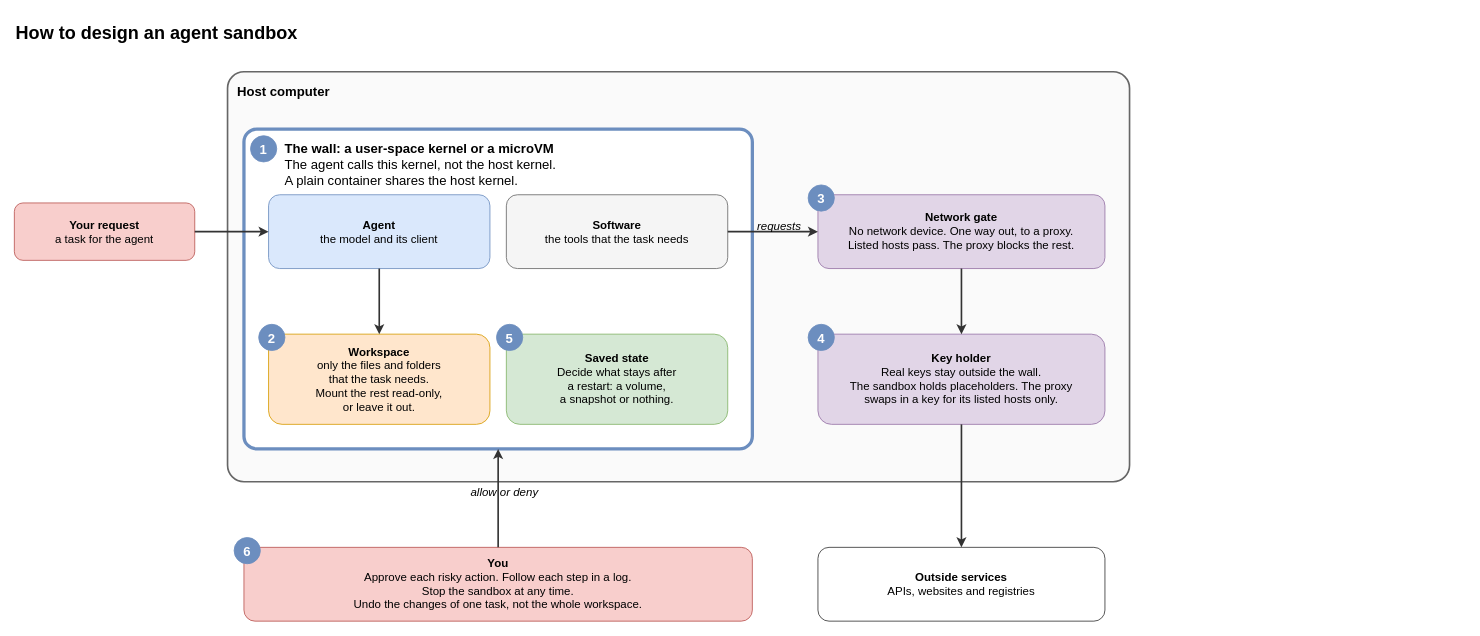
The draw.io diagram .devcontainer/docs/diagrams/concepts.drawio in raghav19/engineersdaybook, before the edit. Source tidied: cells renumbered, new cells numbered last; positions are measured from the earlier drawing's top-left corner, leaving out a move shared by most shapes. Both pictures are drawn from the tidied source at 82%, with x=0, y=0 at pixel (14, 14).
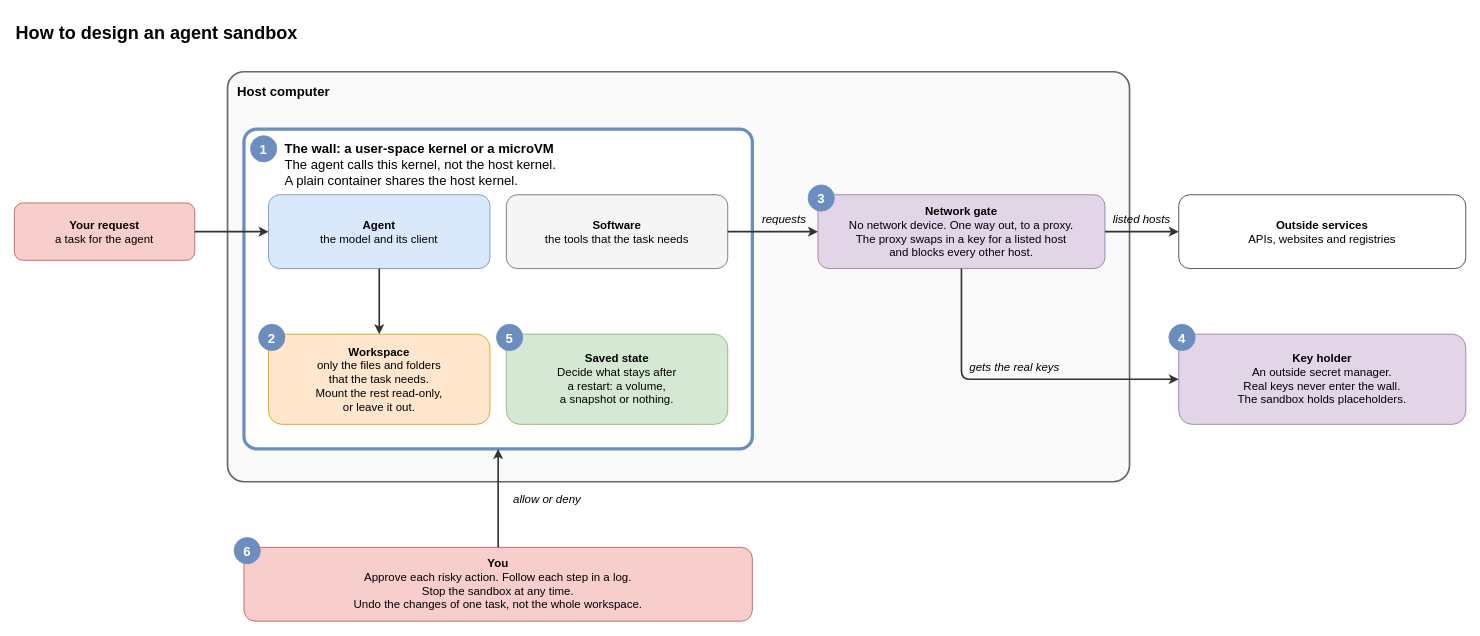
After the change.

Unchanged cells that the change refers to:
```xml
<mxCell id="4" value="&lt;b&gt;The wall: a user-space kernel or a microVM&lt;/b&gt;&lt;br&gt;The agent calls this kernel, not the host kernel.&lt;br&gt;A plain container shares the host kernel." style="rounded=1;arcSize=4;whiteSpace=wrap;html=1;fontSize=16;fillColor=#ffffff;strokeColor=#6c8ebf;strokeWidth=4;align=left;spacingLeft=48;verticalAlign=top;spacingTop=8;" parent="1" vertex="1">
  <mxGeometry x="280" y="140" width="620" height="390" as="geometry" />
</mxCell>
<mxCell id="5" value="&lt;b&gt;Your request&lt;/b&gt;&lt;br&gt;a task for the agent" style="rounded=1;whiteSpace=wrap;html=1;fontSize=14;fillColor=#f8cecc;strokeColor=#b85450;align=center;verticalAlign=middle;" parent="1" vertex="1">
  <mxGeometry y="230" width="220" height="70" as="geometry" />
</mxCell>
<mxCell id="6" value="&lt;b&gt;Agent&lt;/b&gt;&lt;br&gt;the model and its client" style="rounded=1;whiteSpace=wrap;html=1;fontSize=14;fillColor=#dae8fc;strokeColor=#6c8ebf;align=center;verticalAlign=middle;" parent="1" vertex="1">
  <mxGeometry x="310" y="220" width="270" height="90" as="geometry" />
</mxCell>
<mxCell id="7" value="&lt;b&gt;Software&lt;/b&gt;&lt;br&gt;the tools that the task needs" style="rounded=1;whiteSpace=wrap;html=1;fontSize=14;fillColor=#f5f5f5;strokeColor=#666666;align=center;verticalAlign=middle;" parent="1" vertex="1">
  <mxGeometry x="600" y="220" width="270" height="90" as="geometry" />
</mxCell>
<mxCell id="8" value="&lt;b&gt;Workspace&lt;/b&gt;&lt;br&gt;only the files and folders&lt;br&gt;that the task needs.&lt;br&gt;Mount the rest read-only,&lt;br&gt;or leave it out." style="rounded=1;whiteSpace=wrap;html=1;fontSize=14;fillColor=#ffe6cc;strokeColor=#d79b00;align=center;verticalAlign=middle;" parent="1" vertex="1">
  <mxGeometry x="310" y="390" width="270" height="110" as="geometry" />
</mxCell>
<mxCell id="13" value="&lt;b&gt;You&lt;/b&gt;&lt;br&gt;Approve each risky action. Follow each step in a log.&lt;br&gt;Stop the sandbox at any time.&lt;br&gt;Undo the changes of one task, not the whole workspace." style="rounded=1;whiteSpace=wrap;html=1;fontSize=14;fillColor=#f8cecc;strokeColor=#b85450;align=center;verticalAlign=middle;" parent="1" vertex="1">
  <mxGeometry x="280" y="650" width="620" height="90" as="geometry" />
</mxCell>
```

Diff of the diagram source:
```diff
@@
-    <mxCell id="10" value="&lt;b&gt;Network gate&lt;/b&gt;&lt;br&gt;No network device. One way out, to a proxy.&lt;br&gt;Listed hosts pass. The proxy blocks the rest." style="rounded=1;whiteSpace=wrap;html=1;fontSize=14;fillColor=#e1d5e7;strokeColor=#9673a6;align=center;verticalAlign=middle;" parent="1" vertex="1">
+    <mxCell id="10" value="&lt;b&gt;Network gate&lt;/b&gt;&lt;br&gt;No network device. One way out, to a proxy.&lt;br&gt;The proxy swaps in a key for a listed host&lt;br&gt;and blocks every other host." style="rounded=1;whiteSpace=wrap;html=1;fontSize=14;fillColor=#e1d5e7;strokeColor=#9673a6;align=center;verticalAlign=middle;" parent="1" vertex="1">
       <mxGeometry x="980" y="220" width="350" height="90" as="geometry" />
     </mxCell>
-    <mxCell id="11" value="&lt;b&gt;Key holder&lt;/b&gt;&lt;br&gt;Real keys stay outside the wall.&lt;br&gt;The sandbox holds placeholders. The proxy&lt;br&gt;swaps in a key for its listed hosts only." style="rounded=1;whiteSpace=wrap;html=1;fontSize=14;fillColor=#e1d5e7;strokeColor=#9673a6;align=center;verticalAlign=middle;" parent="1" vertex="1">
-      <mxGeometry x="980" y="390" width="350" height="110" as="geometry" />
+    <mxCell id="11" value="&lt;b&gt;Key holder&lt;/b&gt;&lt;br&gt;An outside secret manager.&lt;br&gt;Real keys never enter the wall.&lt;br&gt;The sandbox holds placeholders." style="rounded=1;whiteSpace=wrap;html=1;fontSize=14;fillColor=#e1d5e7;strokeColor=#9673a6;align=center;verticalAlign=middle;" parent="1" vertex="1">
+      <mxGeometry x="1420" y="390" width="350" height="110" as="geometry" />
     </mxCell>
     <mxCell id="12" value="&lt;b&gt;Outside services&lt;/b&gt;&lt;br&gt;APIs, websites and registries" style="rounded=1;whiteSpace=wrap;html=1;fontSize=14;fillColor=#ffffff;strokeColor=#333333;align=center;verticalAlign=middle;" parent="1" vertex="1">
-      <mxGeometry x="980" y="650" width="350" height="90" as="geometry" />
+      <mxGeometry x="1420" y="220" width="350" height="90" as="geometry" />
     </mxCell>
@@
     <mxCell id="18" value="4" style="ellipse;html=0;fontSize=16;fontStyle=1;fontColor=#ffffff;fillColor=#6c8ebf;strokeColor=#6c8ebf;" parent="1" vertex="1">
-      <mxGeometry x="968" y="378" width="32" height="32" as="geometry" />
+      <mxGeometry x="1408" y="378" width="32" height="32" as="geometry" />
     </mxCell>
@@
-    <mxCell id="20" style="edgeStyle=orthogonalEdgeStyle;rounded=1;curved=1;html=0;labelBackgroundColor=none;fontSize=14;fontStyle=2;strokeWidth=2;strokeColor=#333333;exitX=1;exitY=0.5;exitDx=0;exitDy=0;entryX=0;entryY=0.5;entryDx=0;entryDy=0;" parent="1" edge="1" source="5" target="6">
+    <mxCell id="20" style="edgeStyle=orthogonalEdgeStyle;rounded=1;curved=0;html=0;labelBackgroundColor=none;fontSize=14;fontStyle=2;strokeWidth=2;strokeColor=#333333;exitX=1;exitY=0.5;exitDx=0;exitDy=0;entryX=0;entryY=0.5;entryDx=0;entryDy=0;" parent="1" edge="1" source="5" target="6">
       <mxGeometry relative="1" as="geometry" />
     </mxCell>
-    <mxCell id="21" style="edgeStyle=orthogonalEdgeStyle;rounded=1;curved=1;html=0;labelBackgroundColor=none;fontSize=14;fontStyle=2;strokeWidth=2;strokeColor=#333333;exitX=0.5;exitY=1;exitDx=0;exitDy=0;entryX=0.5;entryY=0;entryDx=0;entryDy=0;" parent="1" edge="1" source="6" target="8">
+    <mxCell id="21" style="edgeStyle=orthogonalEdgeStyle;rounded=1;curved=0;html=0;labelBackgroundColor=none;fontSize=14;fontStyle=2;strokeWidth=2;strokeColor=#333333;exitX=0.5;exitY=1;exitDx=0;exitDy=0;entryX=0.5;entryY=0;entryDx=0;entryDy=0;" parent="1" edge="1" source="6" target="8">
       <mxGeometry relative="1" as="geometry" />
     </mxCell>
-    <mxCell id="22" value="requests" style="edgeStyle=orthogonalEdgeStyle;rounded=1;curved=1;html=0;labelBackgroundColor=none;fontSize=14;fontStyle=2;strokeWidth=2;strokeColor=#333333;exitX=1;exitY=0.5;exitDx=0;exitDy=0;entryX=0;entryY=0.5;entryDx=0;entryDy=0;" parent="1" edge="1" source="7" target="10">
+    <mxCell id="22" value="requests" style="edgeStyle=orthogonalEdgeStyle;rounded=1;curved=0;html=0;labelBackgroundColor=none;fontSize=14;fontStyle=2;strokeWidth=2;strokeColor=#333333;exitX=1;exitY=0.5;exitDx=0;exitDy=0;entryX=0;entryY=0.5;entryDx=0;entryDy=0;" parent="1" edge="1" source="7" target="10">
       <mxGeometry relative="1" as="geometry">
-        <mxPoint x="8" y="-8" as="offset" />
+        <mxPoint x="14" y="-16.5" as="offset" />
       </mxGeometry>
     </mxCell>
-    <mxCell id="23" style="edgeStyle=orthogonalEdgeStyle;rounded=1;curved=1;html=0;labelBackgroundColor=none;fontSize=14;fontStyle=2;strokeWidth=2;strokeColor=#333333;exitX=0.5;exitY=1;exitDx=0;exitDy=0;entryX=0.5;entryY=0;entryDx=0;entryDy=0;" parent="1" edge="1" source="10" target="11">
-      <mxGeometry relative="1" as="geometry" />
+    <mxCell id="23" value="gets the real keys" style="edgeStyle=orthogonalEdgeStyle;rounded=1;curved=0;html=0;labelBackgroundColor=none;fontSize=14;fontStyle=2;strokeWidth=2;strokeColor=#333333;exitX=0.5;exitY=1;exitDx=0;exitDy=0;entryX=0;entryY=0.5;entryDx=0;entryDy=0;" parent="1" edge="1" source="10" target="11">
+      <mxGeometry relative="1" as="geometry">
+        <mxPoint y="-15" as="offset" />
+      </mxGeometry>
     </mxCell>
-    <mxCell id="24" style="edgeStyle=orthogonalEdgeStyle;rounded=1;curved=1;html=0;labelBackgroundColor=none;fontSize=14;fontStyle=2;strokeWidth=2;strokeColor=#333333;exitX=0.5;exitY=1;exitDx=0;exitDy=0;entryX=0.5;entryY=0;entryDx=0;entryDy=0;" parent="1" edge="1" source="11" target="12">
-      <mxGeometry relative="1" as="geometry" />
+    <mxCell id="24" value="listed hosts" style="edgeStyle=orthogonalEdgeStyle;rounded=1;curved=0;html=0;labelBackgroundColor=none;fontSize=14;fontStyle=2;strokeWidth=2;strokeColor=#333333;exitX=1;exitY=0.5;exitDx=0;exitDy=0;entryX=0;entryY=0.5;entryDx=0;entryDy=0;" parent="1" edge="1" source="10" target="12">
+      <mxGeometry relative="1" as="geometry">
+        <mxPoint y="-16.5" as="offset" />
+      </mxGeometry>
     </mxCell>
-    <mxCell id="25" value="allow or deny" style="edgeStyle=orthogonalEdgeStyle;rounded=1;curved=1;html=0;labelBackgroundColor=none;fontSize=14;fontStyle=2;strokeWidth=2;strokeColor=#333333;exitX=0.5;exitY=0;exitDx=0;exitDy=0;entryX=0.5;entryY=1;entryDx=0;entryDy=0;" parent="1" edge="1" source="13" target="4">
+    <mxCell id="25" value="allow or deny" style="edgeStyle=orthogonalEdgeStyle;rounded=1;curved=0;html=0;labelBackgroundColor=none;fontSize=14;fontStyle=2;strokeWidth=2;strokeColor=#333333;exitX=0.5;exitY=0;exitDx=0;exitDy=0;entryX=0.5;entryY=1;entryDx=0;entryDy=0;" parent="1" edge="1" source="13" target="4">
       <mxGeometry relative="1" as="geometry">
-        <mxPoint x="8" y="-8" as="offset" />
+        <mxPoint x="60" as="offset" />
       </mxGeometry>
     </mxCell>
```
